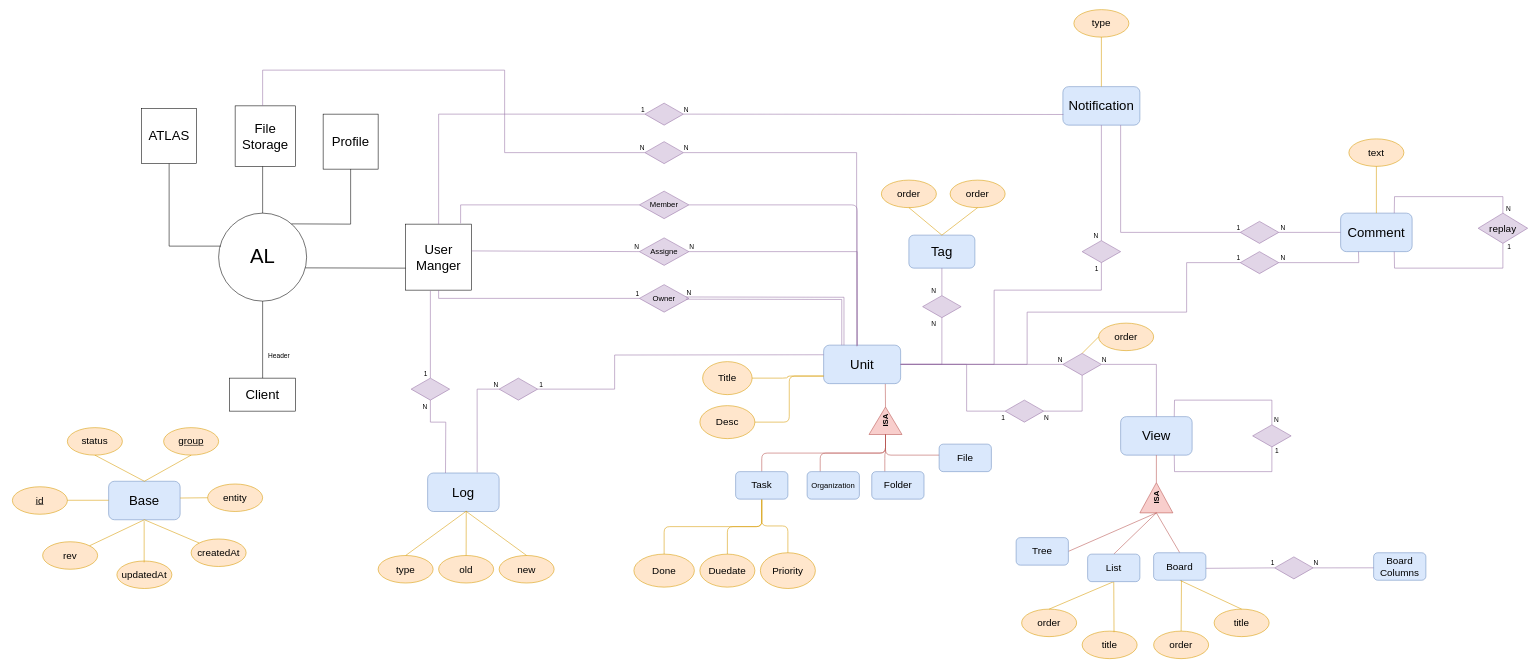
This is Untitled Diagram.drawio from Straider71/test, a draw.io file, before an edit. Source tidied: cells renumbered, new cells numbered last; positions are measured from the earlier drawing's top-left corner, leaving out a move shared by most shapes. Both pictures are drawn from the tidied source at 55%, with x=0, y=0 at pixel (12, 9).
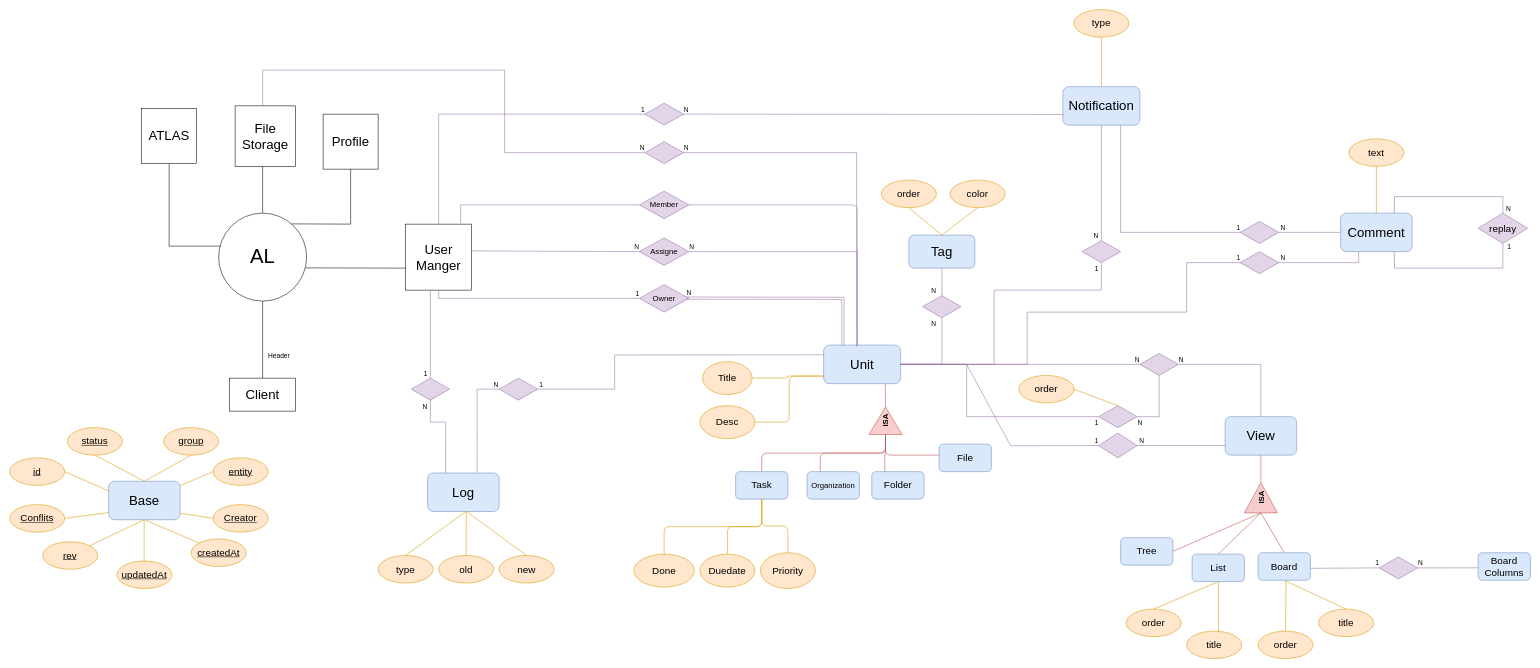
Above is the later version.

Unchanged cells that the change refers to:
```xml
<mxCell id="16" value="&lt;font style=&quot;font-size: 24px&quot;&gt;Unit&lt;/font&gt;" style="rounded=1;whiteSpace=wrap;html=1;fillColor=#dae8fc;strokeColor=#6c8ebf;" parent="1" vertex="1">
  <mxGeometry x="1475" y="610" width="140" height="70" as="geometry" />
</mxCell>
<mxCell id="126" value="&lt;font style=&quot;font-size: 24px&quot;&gt;Base&lt;/font&gt;" style="rounded=1;whiteSpace=wrap;html=1;fillColor=#dae8fc;strokeColor=#6c8ebf;" parent="1" vertex="1">
  <mxGeometry x="175" y="857.5" width="130" height="70" as="geometry" />
</mxCell>
```

Change to the diagram source:
```diff
@@
-    <mxCell id="51" value="&lt;font style=&quot;font-size: 18px&quot;&gt;order&lt;/font&gt;" style="ellipse;whiteSpace=wrap;html=1;align=center;fillColor=#ffe6cc;strokeColor=#d79b00;" parent="1" vertex="1">
+    <mxCell id="51" value="&lt;font style=&quot;font-size: 18px&quot;&gt;color&lt;/font&gt;" style="ellipse;whiteSpace=wrap;html=1;align=center;fillColor=#ffe6cc;strokeColor=#d79b00;" parent="1" vertex="1">
       <mxGeometry x="1705" y="310" width="100" height="50" as="geometry" />
     </mxCell>
@@
     <mxCell id="54" value="&lt;font style=&quot;font-size: 24px&quot;&gt;View&lt;/font&gt;" style="rounded=1;whiteSpace=wrap;html=1;fillColor=#dae8fc;strokeColor=#6c8ebf;" parent="1" vertex="1">
-      <mxGeometry x="2015" y="740" width="130" height="70" as="geometry" />
+      <mxGeometry x="2205" y="740" width="130" height="70" as="geometry" />
     </mxCell>
     <mxCell id="55" value="&lt;font style=&quot;font-size: 14px&quot;&gt;&lt;b&gt;ISA&lt;/b&gt;&lt;/font&gt;" style="triangle;whiteSpace=wrap;html=1;rotation=-90;fillColor=#f8cecc;strokeColor=#b85450;" parent="1" vertex="1">
-      <mxGeometry x="2052.5" y="857.5" width="55" height="60" as="geometry" />
+      <mxGeometry x="2242.5" y="857.5" width="55" height="60" as="geometry" />
     </mxCell>
     <mxCell id="56" value="&lt;font style=&quot;font-size: 18px&quot;&gt;title&lt;/font&gt;" style="ellipse;whiteSpace=wrap;html=1;align=center;fillColor=#ffe6cc;strokeColor=#d79b00;" parent="1" vertex="1">
-      <mxGeometry x="2185" y="1090" width="100" height="50" as="geometry" />
+      <mxGeometry x="2375" y="1090" width="100" height="50" as="geometry" />
     </mxCell>
     <mxCell id="57" value="&lt;font style=&quot;font-size: 18px&quot;&gt;order&lt;/font&gt;" style="ellipse;whiteSpace=wrap;html=1;align=center;fillColor=#ffe6cc;strokeColor=#d79b00;" parent="1" vertex="1">
-      <mxGeometry x="2075" y="1130" width="100" height="50" as="geometry" />
+      <mxGeometry x="2265" y="1130" width="100" height="50" as="geometry" />
     </mxCell>
     <mxCell id="58" value="&lt;font style=&quot;font-size: 18px&quot;&gt;title&lt;/font&gt;" style="ellipse;whiteSpace=wrap;html=1;align=center;fillColor=#ffe6cc;strokeColor=#d79b00;" parent="1" vertex="1">
-      <mxGeometry x="1945" y="1130" width="100" height="50" as="geometry" />
+      <mxGeometry x="2135" y="1130" width="100" height="50" as="geometry" />
     </mxCell>
     <mxCell id="59" value="&lt;font style=&quot;font-size: 18px&quot;&gt;order&lt;/font&gt;" style="ellipse;whiteSpace=wrap;html=1;align=center;fillColor=#ffe6cc;strokeColor=#d79b00;" parent="1" vertex="1">
-      <mxGeometry x="1835" y="1090" width="100" height="50" as="geometry" />
+      <mxGeometry x="2025" y="1090" width="100" height="50" as="geometry" />
     </mxCell>
@@
     <mxCell id="62" style="endArrow=none;html=1;entryX=0;entryY=0.5;entryDx=0;entryDy=0;exitX=0.5;exitY=0;exitDx=0;exitDy=0;fillColor=#f8cecc;strokeColor=#b85450;" parent="1" edge="1" target="55">
       <mxGeometry relative="1" as="geometry">
-        <mxPoint x="2002.5" y="990" as="sourcePoint" />
+        <mxPoint x="2192.5" y="990" as="sourcePoint" />
       </mxGeometry>
     </mxCell>
@@
     <mxCell id="68" style="rhombus;whiteSpace=wrap;html=1;fillColor=#e1d5e7;strokeColor=#9673a6;" parent="1" vertex="1">
-      <mxGeometry x="1910" y="625" width="70" height="40" as="geometry" />
+      <mxGeometry x="2050" y="625" width="70" height="40" as="geometry" />
     </mxCell>
@@
     <mxCell id="71" style="endArrow=none;html=1;rounded=0;entryX=1;entryY=0.5;entryDx=0;entryDy=0;exitX=0.5;exitY=0;exitDx=0;exitDy=0;fillColor=#e1d5e7;strokeColor=#9673a6;" parent="1" edge="1" source="54" target="68">
       <mxGeometry relative="1" as="geometry">
         <Array as="points">
-          <mxPoint x="2080" y="645" />
+          <mxPoint x="2270" y="645" />
         </Array>
       </mxGeometry>
     </mxCell>
@@
-    <mxCell id="127" value="&lt;font style=&quot;font-size: 18px&quot;&gt;rev&lt;/font&gt;" style="ellipse;whiteSpace=wrap;html=1;align=center;fillColor=#ffe6cc;strokeColor=#d79b00;" parent="1" vertex="1">
+    <mxCell id="127" value="&lt;u&gt;&lt;font style=&quot;font-size: 18px&quot;&gt;rev&lt;/font&gt;&lt;/u&gt;" style="ellipse;whiteSpace=wrap;html=1;align=center;fillColor=#ffe6cc;strokeColor=#d79b00;" parent="1" vertex="1">
       <mxGeometry x="55" y="967.5" width="100" height="50" as="geometry" />
     </mxCell>
-    <mxCell id="128" value="&lt;font style=&quot;font-size: 18px&quot;&gt;updatedAt&lt;/font&gt;" style="ellipse;whiteSpace=wrap;html=1;align=center;fillColor=#ffe6cc;strokeColor=#d79b00;" parent="1" vertex="1">
+    <mxCell id="128" value="&lt;u&gt;&lt;font style=&quot;font-size: 18px&quot;&gt;updatedAt&lt;/font&gt;&lt;/u&gt;" style="ellipse;whiteSpace=wrap;html=1;align=center;fillColor=#ffe6cc;strokeColor=#d79b00;" parent="1" vertex="1">
       <mxGeometry x="190" y="1002.5" width="100" height="50" as="geometry" />
     </mxCell>
-    <mxCell id="129" value="&lt;font style=&quot;font-size: 18px&quot;&gt;createdAt&lt;/font&gt;" style="ellipse;whiteSpace=wrap;html=1;align=center;fillColor=#ffe6cc;strokeColor=#d79b00;" parent="1" vertex="1">
+    <mxCell id="129" value="&lt;u&gt;&lt;font style=&quot;font-size: 18px&quot;&gt;createdAt&lt;/font&gt;&lt;/u&gt;" style="ellipse;whiteSpace=wrap;html=1;align=center;fillColor=#ffe6cc;strokeColor=#d79b00;" parent="1" vertex="1">
       <mxGeometry x="325" y="962.5" width="100" height="50" as="geometry" />
     </mxCell>
     <mxCell id="130" value="&lt;u&gt;&lt;font style=&quot;font-size: 18px&quot;&gt;id&lt;/font&gt;&lt;/u&gt;" style="ellipse;whiteSpace=wrap;html=1;align=center;fillColor=#ffe6cc;strokeColor=#d79b00;" parent="1" vertex="1">
-      <mxGeometry y="867.5" width="100" height="50" as="geometry" />
+      <mxGeometry x="-5" y="815" width="100" height="50" as="geometry" />
     </mxCell>
-    <mxCell id="131" value="&lt;font style=&quot;font-size: 18px&quot;&gt;entity&lt;/font&gt;" style="ellipse;whiteSpace=wrap;html=1;align=center;fillColor=#ffe6cc;strokeColor=#d79b00;" parent="1" vertex="1">
-      <mxGeometry x="355" y="862.5" width="100" height="50" as="geometry" />
+    <mxCell id="131" value="&lt;u&gt;&lt;font style=&quot;font-size: 18px&quot;&gt;entity&lt;/font&gt;&lt;/u&gt;" style="ellipse;whiteSpace=wrap;html=1;align=center;fillColor=#ffe6cc;strokeColor=#d79b00;" parent="1" vertex="1">
+      <mxGeometry x="365" y="815" width="100" height="50" as="geometry" />
     </mxCell>
@@
-    <mxCell id="133" value="&lt;font style=&quot;font-size: 18px&quot;&gt;status&lt;/font&gt;" style="ellipse;whiteSpace=wrap;html=1;align=center;fillColor=#ffe6cc;strokeColor=#d79b00;" parent="1" vertex="1">
+    <mxCell id="133" value="&lt;u&gt;&lt;font style=&quot;font-size: 18px&quot;&gt;status&lt;/font&gt;&lt;/u&gt;" style="ellipse;whiteSpace=wrap;html=1;align=center;fillColor=#ffe6cc;strokeColor=#d79b00;" parent="1" vertex="1">
       <mxGeometry x="100" y="760" width="100" height="50" as="geometry" />
     </mxCell>
@@
     <mxCell id="137" style="endArrow=none;html=1;entryX=0;entryY=0.5;entryDx=0;entryDy=0;fillColor=#ffe6cc;strokeColor=#d79b00;" parent="1" edge="1" target="131">
       <mxGeometry relative="1" as="geometry">
-        <mxPoint x="305" y="888" as="sourcePoint" />
+        <mxPoint x="305" y="865.5" as="sourcePoint" />
       </mxGeometry>
     </mxCell>
@@
-    <mxCell id="139" style="endArrow=none;html=1;entryX=1;entryY=0.5;entryDx=0;entryDy=0;exitX=0;exitY=0.5;exitDx=0;exitDy=0;fillColor=#ffe6cc;strokeColor=#d79b00;" parent="1" edge="1">
-      <mxGeometry relative="1" as="geometry">
-        <mxPoint x="175" y="892.1" as="sourcePoint" />
-        <mxPoint x="100" y="892.1" as="targetPoint" />
-      </mxGeometry>
+    <mxCell id="139" style="endArrow=none;html=1;entryX=1;entryY=0.5;entryDx=0;entryDy=0;exitX=0;exitY=0.25;exitDx=0;exitDy=0;fillColor=#ffe6cc;strokeColor=#d79b00;" parent="1" edge="1" source="126" target="130">
+      <mxGeometry relative="1" as="geometry" />
     </mxCell>
@@
     <mxCell id="141" style="rhombus;whiteSpace=wrap;html=1;fillColor=#e1d5e7;strokeColor=#9673a6;" parent="1" vertex="1">
-      <mxGeometry x="2255" y="755" width="70" height="40" as="geometry" />
+      <mxGeometry x="1975" y="770" width="70" height="45" as="geometry" />
     </mxCell>
-    <mxCell id="142" style="endArrow=none;html=1;rounded=0;exitX=0.75;exitY=0;exitDx=0;exitDy=0;entryX=0.5;entryY=0;entryDx=0;entryDy=0;fillColor=#e1d5e7;strokeColor=#9673a6;" parent="1" edge="1" source="54" target="141">
-      <mxGeometry relative="1" as="geometry">
-        <Array as="points">
-          <mxPoint x="2113" y="710" />
-          <mxPoint x="2290" y="710" />
-        </Array>
-      </mxGeometry>
+    <mxCell id="142" style="endArrow=none;html=1;rounded=0;exitX=0;exitY=0.75;exitDx=0;exitDy=0;entryX=1;entryY=0.5;entryDx=0;entryDy=0;fillColor=#e1d5e7;strokeColor=#9673a6;" parent="1" edge="1" source="54" target="141">
+      <mxGeometry relative="1" as="geometry" />
     </mxCell>
@@
-    <mxCell id="144" style="endArrow=none;html=1;rounded=0;entryX=0.5;entryY=1;entryDx=0;entryDy=0;exitX=0.75;exitY=1;exitDx=0;exitDy=0;fillColor=#e1d5e7;strokeColor=#9673a6;" parent="1" edge="1" source="54" target="141">
+    <mxCell id="144" style="endArrow=none;html=1;rounded=0;entryX=0;entryY=0.5;entryDx=0;entryDy=0;exitX=1;exitY=0.5;exitDx=0;exitDy=0;fillColor=#e1d5e7;strokeColor=#9673a6;" parent="1" edge="1" source="16" target="141">
       <mxGeometry relative="1" as="geometry">
         <Array as="points">
-          <mxPoint x="2113" y="840" />
-          <mxPoint x="2290" y="840" />
+          <mxPoint x="1735" y="645" />
+          <mxPoint x="1815" y="793" />
         </Array>
       </mxGeometry>
     </mxCell>
     <mxCell id="145" value="1" style="html=1;align=right;verticalAlign=bottom;" parent="144" vertex="1">
       <mxGeometry x="1" relative="1" as="geometry">
-        <mxPoint x="12.5" y="14.9" as="offset" />
+        <mxPoint x="0.1" as="offset" />
       </mxGeometry>
     </mxCell>
     <mxCell id="146" style="rhombus;whiteSpace=wrap;html=1;fillColor=#e1d5e7;strokeColor=#9673a6;" parent="1" vertex="1">
-      <mxGeometry x="2295" y="995" width="70" height="40" as="geometry" />
+      <mxGeometry x="2485" y="995" width="70" height="40" as="geometry" />
     </mxCell>
@@
     <mxCell id="151" style="rhombus;whiteSpace=wrap;html=1;fillColor=#e1d5e7;strokeColor=#9673a6;" parent="1" vertex="1">
-      <mxGeometry x="1805" y="710" width="70" height="40" as="geometry" />
+      <mxGeometry x="1975" y="720" width="70" height="40" as="geometry" />
     </mxCell>
     <mxCell id="152" style="endArrow=none;html=1;rounded=0;entryX=1;entryY=0.5;entryDx=0;entryDy=0;fillColor=#e1d5e7;strokeColor=#9673a6;exitX=0.5;exitY=1;exitDx=0;exitDy=0;" parent="1" edge="1" source="68" target="151">
       <mxGeometry relative="1" as="geometry">
         <Array as="points">
-          <mxPoint x="1945" y="730" />
+          <mxPoint x="2085" y="740" />
         </Array>
       </mxGeometry>
     </mxCell>
@@
     <mxCell id="154" style="endArrow=none;html=1;rounded=0;entryX=0;entryY=0.5;entryDx=0;entryDy=0;exitX=1;exitY=0.5;exitDx=0;exitDy=0;fillColor=#e1d5e7;strokeColor=#9673a6;" parent="1" edge="1" source="16" target="151">
       <mxGeometry relative="1" as="geometry">
         <Array as="points">
           <mxPoint x="1735" y="645" />
-          <mxPoint x="1735" y="730" />
+          <mxPoint x="1735" y="740" />
         </Array>
       </mxGeometry>
     </mxCell>
@@
     <mxCell id="156" value="&lt;font style=&quot;font-size: 18px&quot;&gt;order&lt;/font&gt;" style="ellipse;whiteSpace=wrap;html=1;align=center;fillColor=#ffe6cc;strokeColor=#d79b00;" parent="1" vertex="1">
-      <mxGeometry x="1975" y="570" width="100" height="50" as="geometry" />
+      <mxGeometry x="1830" y="665" width="100" height="50" as="geometry" />
     </mxCell>
-    <mxCell id="157" style="endArrow=none;html=1;entryX=0;entryY=0.5;entryDx=0;entryDy=0;exitX=0.5;exitY=0;exitDx=0;exitDy=0;fillColor=#ffe6cc;strokeColor=#d79b00;" parent="1" edge="1" source="68" target="156">
+    <mxCell id="157" style="endArrow=none;html=1;entryX=1;entryY=0.5;entryDx=0;entryDy=0;exitX=0.5;exitY=0;exitDx=0;exitDy=0;fillColor=#ffe6cc;strokeColor=#d79b00;" parent="1" edge="1" source="151" target="156">
       <mxGeometry relative="1" as="geometry" />
     </mxCell>
@@
     <mxCell id="160" value="&lt;font style=&quot;font-size: 18px&quot;&gt;Tree&lt;/font&gt;" style="rounded=1;whiteSpace=wrap;html=1;fillColor=#dae8fc;strokeColor=#6c8ebf;" parent="1" vertex="1">
-      <mxGeometry x="1825" y="960" width="95" height="50" as="geometry" />
+      <mxGeometry x="2015" y="960" width="95" height="50" as="geometry" />
     </mxCell>
@@
     <mxCell id="165" value="&lt;font style=&quot;font-size: 18px&quot;&gt;List&lt;/font&gt;" style="rounded=1;whiteSpace=wrap;html=1;fillColor=#dae8fc;strokeColor=#6c8ebf;" parent="1" vertex="1">
-      <mxGeometry x="1955" y="990" width="95" height="50" as="geometry" />
+      <mxGeometry x="2145" y="990" width="95" height="50" as="geometry" />
     </mxCell>
     <mxCell id="166" value="&lt;font style=&quot;font-size: 18px&quot;&gt;Board&lt;/font&gt;" style="rounded=1;whiteSpace=wrap;html=1;fillColor=#dae8fc;strokeColor=#6c8ebf;" parent="1" vertex="1">
-      <mxGeometry x="2075" y="987.5" width="95" height="50" as="geometry" />
+      <mxGeometry x="2265" y="987.5" width="95" height="50" as="geometry" />
     </mxCell>
     <mxCell id="167" value="&lt;font style=&quot;font-size: 18px&quot;&gt;Board Columns&lt;br&gt;&lt;/font&gt;" style="rounded=1;whiteSpace=wrap;html=1;fillColor=#dae8fc;strokeColor=#6c8ebf;" parent="1" vertex="1">
-      <mxGeometry x="2475" y="987.5" width="95" height="50" as="geometry" />
+      <mxGeometry x="2665" y="987.5" width="95" height="50" as="geometry" />
     </mxCell>
+    <mxCell id="168" value="&lt;u&gt;&lt;font style=&quot;font-size: 18px&quot;&gt;Conflits&lt;/font&gt;&lt;/u&gt;" style="ellipse;whiteSpace=wrap;html=1;align=center;fillColor=#ffe6cc;strokeColor=#d79b00;" parent="1" vertex="1">
+      <mxGeometry x="-5" y="900" width="100" height="50" as="geometry" />
+    </mxCell>
+    <mxCell id="169" style="endArrow=none;html=1;entryX=1;entryY=0.5;entryDx=0;entryDy=0;exitX=0;exitY=0.5;exitDx=0;exitDy=0;fillColor=#ffe6cc;strokeColor=#d79b00;" parent="1" edge="1" target="168">
+      <mxGeometry relative="1" as="geometry">
+        <mxPoint x="175" y="914.6" as="sourcePoint" />
+      </mxGeometry>
+    </mxCell>
+    <mxCell id="170" value="&lt;font style=&quot;font-size: 18px&quot;&gt;&lt;u&gt;Creator&lt;/u&gt;&lt;/font&gt;" style="ellipse;whiteSpace=wrap;html=1;align=center;fillColor=#ffe6cc;strokeColor=#d79b00;" parent="1" vertex="1">
+      <mxGeometry x="365" y="900" width="100" height="50" as="geometry" />
+    </mxCell>
+    <mxCell id="171" style="endArrow=none;html=1;entryX=0;entryY=0.5;entryDx=0;entryDy=0;fillColor=#ffe6cc;strokeColor=#d79b00;" parent="1" edge="1" target="170">
+      <mxGeometry relative="1" as="geometry">
+        <mxPoint x="305" y="915.5" as="sourcePoint" />
+      </mxGeometry>
+    </mxCell>
```
